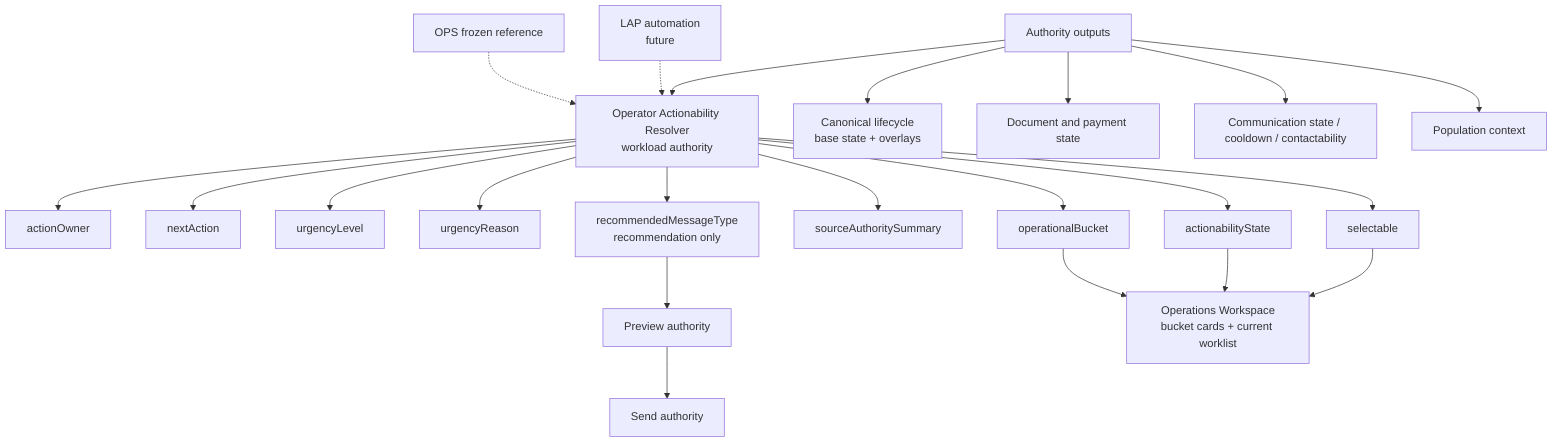
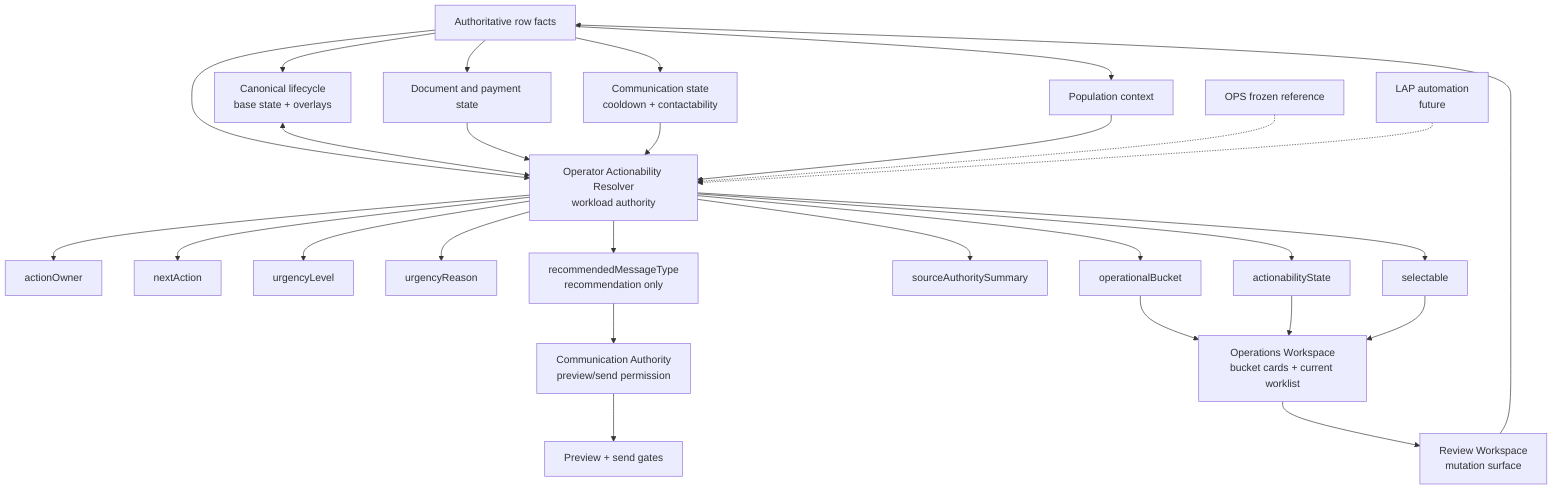
flowchart TD
-   A["Authority outputs"] --> B["Operator Actionability Resolver<br/>workload authority"]
-   A --> A1["Canonical lifecycle<br/>base state + overlays"]
-   A --> A2["Document and payment state"]
-   A --> A3["Communication state / cooldown / contactability"]
-   A --> A4["Population context"]
+   RF["Authoritative row facts"] --> A1["Canonical lifecycle<br/>base state + overlays"]
+   RF --> A2["Document and payment state"]
+   RF --> A3["Communication state<br/>cooldown + contactability"]
+   RF --> A4["Population context"]
+   RF --> B["Operator Actionability Resolver<br/>workload authority"]
+   A1 <--> B
+   A2 --> B
+   A3 --> B
+   A4 --> B

  B --> C["actionOwner"]
  B --> D["nextAction"]
  B --> E["urgencyLevel"]
  B --> F["urgencyReason"]
  B --> G["recommendedMessageType<br/>recommendation only"]
  B --> H["sourceAuthoritySummary"]
  B --> H1["operationalBucket"]
  B --> H2["actionabilityState"]
  B --> H3["selectable"]

-   G --> I["Preview authority"]
-   I --> J["Send authority"]
+   G --> I["Communication Authority<br/>preview/send permission"]
+   I --> J["Preview + send gates"]
  H1 --> K["Operations Workspace<br/>bucket cards + current worklist"]
  H2 --> K
  H3 --> K
+   K --> L1["Review Workspace<br/>mutation surface"]
+   L1 --> RF
  L["OPS frozen reference"] -.-> B
  M["LAP automation<br/>future"] -.-> B
